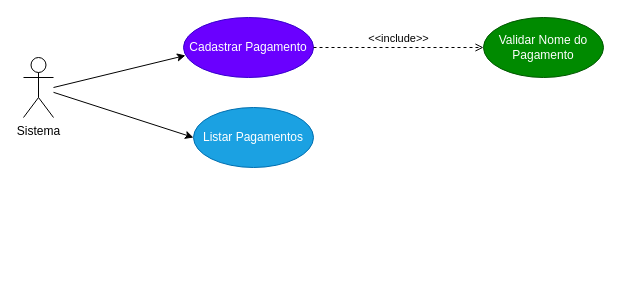
The draw.io diagram requirements/client/diagram.drawio in Luke0195/ws-payment, before the edit. Source tidied: cells renumbered, new cells numbered last; positions are measured from the earlier drawing's top-left corner, leaving out a move shared by most shapes. Both pictures are drawn from the tidied source at 100%, with x=0, y=0 at pixel (23, 17).
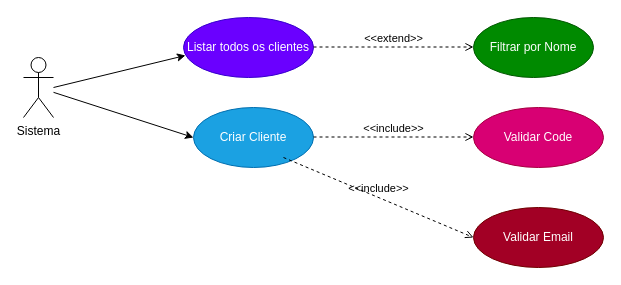
The same diagram, later.

What changed in the source:
```diff
@@
 <mxGraphModel>
   <root>
     <mxCell id="0" />
     <mxCell id="1" parent="0" />
     <mxCell id="2" value="Sistema" style="shape=umlActor;html=1;verticalLabelPosition=bottom;verticalAlign=top;align=center;" parent="1" vertex="1">
       <mxGeometry y="40" width="30" height="60" as="geometry" />
     </mxCell>
-    <mxCell id="3" value="Cadastrar Pagamento" style="ellipse;whiteSpace=wrap;html=1;fillColor=#6a00ff;fontColor=#ffffff;strokeColor=#3700CC;" parent="1" vertex="1">
+    <mxCell id="3" value="Listar todos os clientes" style="ellipse;whiteSpace=wrap;html=1;fillColor=#6a00ff;fontColor=#ffffff;strokeColor=#3700CC;" parent="1" vertex="1">
       <mxGeometry x="160" width="130" height="60" as="geometry" />
     </mxCell>
-    <mxCell id="4" value="Listar Pagamentos" style="ellipse;whiteSpace=wrap;html=1;fillColor=#1ba1e2;fontColor=#ffffff;strokeColor=#006EAF;" parent="1" vertex="1">
+    <mxCell id="4" value="Criar Cliente" style="ellipse;whiteSpace=wrap;html=1;fillColor=#1ba1e2;fontColor=#ffffff;strokeColor=#006EAF;" parent="1" vertex="1">
       <mxGeometry x="170" y="90" width="120" height="60" as="geometry" />
     </mxCell>
     <mxCell id="5" style="endArrow=classic;html=1;rounded=0;entryX=0.015;entryY=0.633;entryDx=0;entryDy=0;entryPerimeter=0;flowAnimation=1;" parent="1" edge="1" target="3">
       <mxGeometry relative="1" as="geometry">
         <mxPoint x="30" y="70" as="sourcePoint" />
       </mxGeometry>
     </mxCell>
     <mxCell id="6" style="endArrow=classic;html=1;rounded=0;entryX=0;entryY=0.5;entryDx=0;entryDy=0;flowAnimation=1;" parent="1" edge="1" source="2" target="4">
       <mxGeometry relative="1" as="geometry" />
     </mxCell>
-    <mxCell id="7" value="Validar Nome do Pagamento" style="ellipse;whiteSpace=wrap;html=1;fillColor=#008a00;fontColor=#ffffff;strokeColor=#005700;" parent="1" vertex="1">
-      <mxGeometry x="460" width="120" height="60" as="geometry" />
+    <mxCell id="7" value="Filtrar por Nome" style="ellipse;whiteSpace=wrap;html=1;fillColor=#008a00;fontColor=#ffffff;strokeColor=#005700;" parent="1" vertex="1">
+      <mxGeometry x="450" width="120" height="60" as="geometry" />
     </mxCell>
-    <mxCell id="8" value="&amp;lt;&amp;lt;include&amp;gt;&amp;gt;" style="html=1;verticalAlign=bottom;labelBackgroundColor=none;endArrow=open;endFill=0;dashed=1;rounded=0;entryX=0;entryY=0.5;entryDx=0;entryDy=0;flowAnimation=1;" parent="1" edge="1" source="3" target="7">
-      <mxGeometry relative="1" as="geometry" />
+    <mxCell id="8" value="&amp;lt;&amp;lt;extend&amp;gt;&amp;gt;" style="html=1;verticalAlign=bottom;labelBackgroundColor=none;endArrow=open;endFill=0;dashed=1;rounded=0;flowAnimation=1;" parent="1" edge="1">
+      <mxGeometry relative="1" as="geometry">
+        <mxPoint x="290" y="29.5" as="sourcePoint" />
+        <mxPoint x="450" y="29.5" as="targetPoint" />
+      </mxGeometry>
     </mxCell>
+    <mxCell id="9" value="Validar Email" style="ellipse;whiteSpace=wrap;html=1;fillColor=#a20025;fontColor=#ffffff;strokeColor=#6F0000;" parent="1" vertex="1">
+      <mxGeometry x="450" y="190" width="130" height="60" as="geometry" />
+    </mxCell>
+    <mxCell id="10" value="Validar Code" style="ellipse;whiteSpace=wrap;html=1;fillColor=#d80073;fontColor=#ffffff;strokeColor=#A50040;" parent="1" vertex="1">
+      <mxGeometry x="450" y="90" width="130" height="60" as="geometry" />
+    </mxCell>
+    <mxCell id="11" value="&amp;lt;&amp;lt;include&amp;gt;&amp;gt;" style="html=1;verticalAlign=bottom;labelBackgroundColor=none;endArrow=open;endFill=0;dashed=1;rounded=0;flowAnimation=1;" parent="1" edge="1">
+      <mxGeometry relative="1" as="geometry">
+        <mxPoint x="290" y="119.5" as="sourcePoint" />
+        <mxPoint x="450" y="119.5" as="targetPoint" />
+      </mxGeometry>
+    </mxCell>
+    <mxCell id="12" value="&amp;lt;&amp;lt;include&amp;gt;&amp;gt;" style="html=1;verticalAlign=bottom;labelBackgroundColor=none;endArrow=open;endFill=0;dashed=1;rounded=0;entryX=0;entryY=0.5;entryDx=0;entryDy=0;flowAnimation=1;" parent="1" edge="1" target="9">
+      <mxGeometry relative="1" as="geometry">
+        <mxPoint x="260" y="140" as="sourcePoint" />
+      </mxGeometry>
+    </mxCell>
   </root>
 </mxGraphModel>
```
